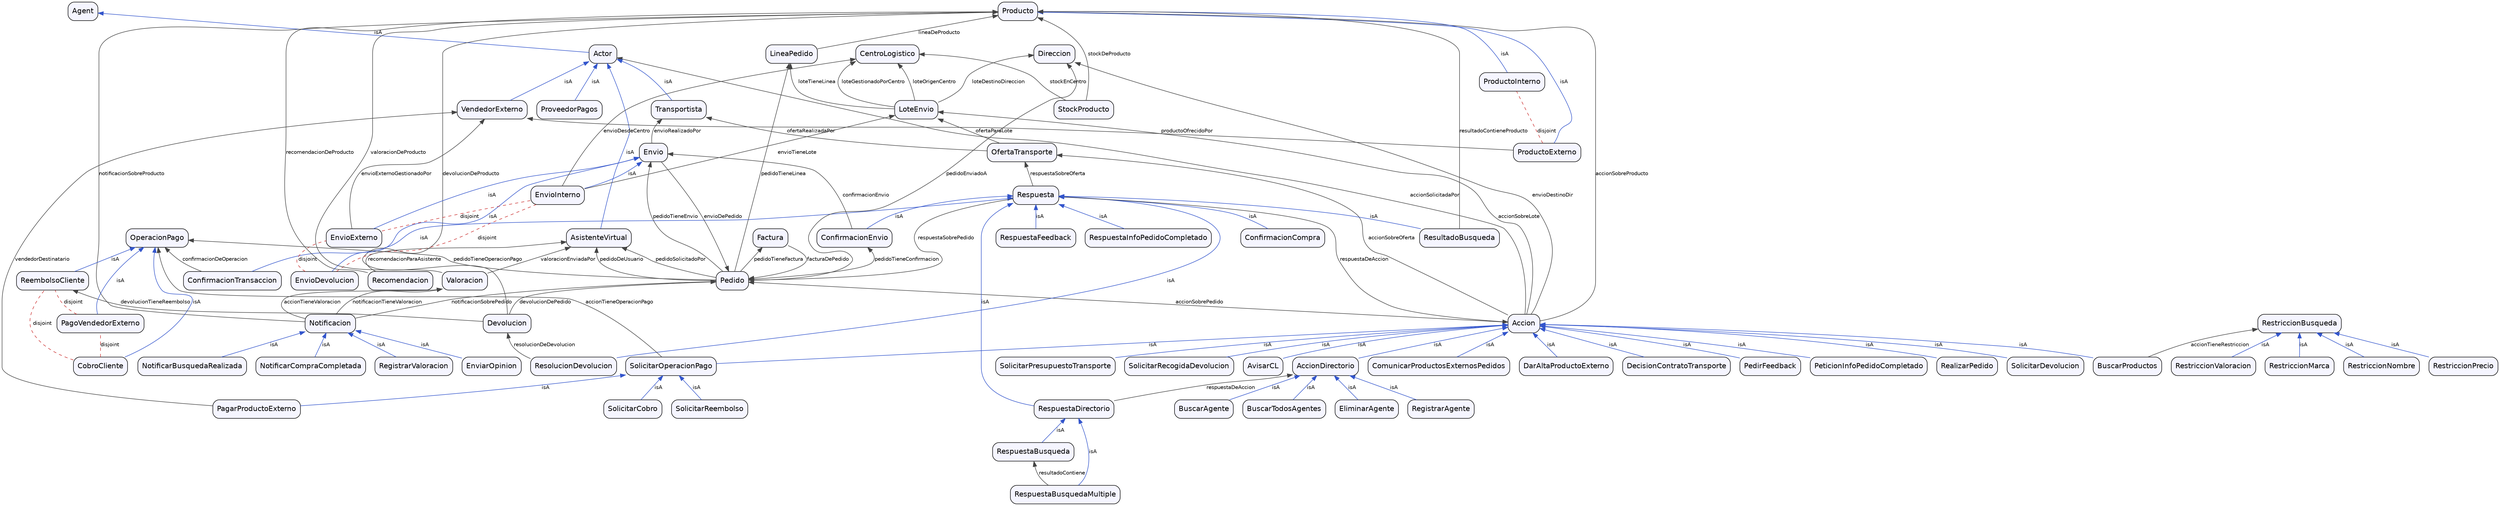
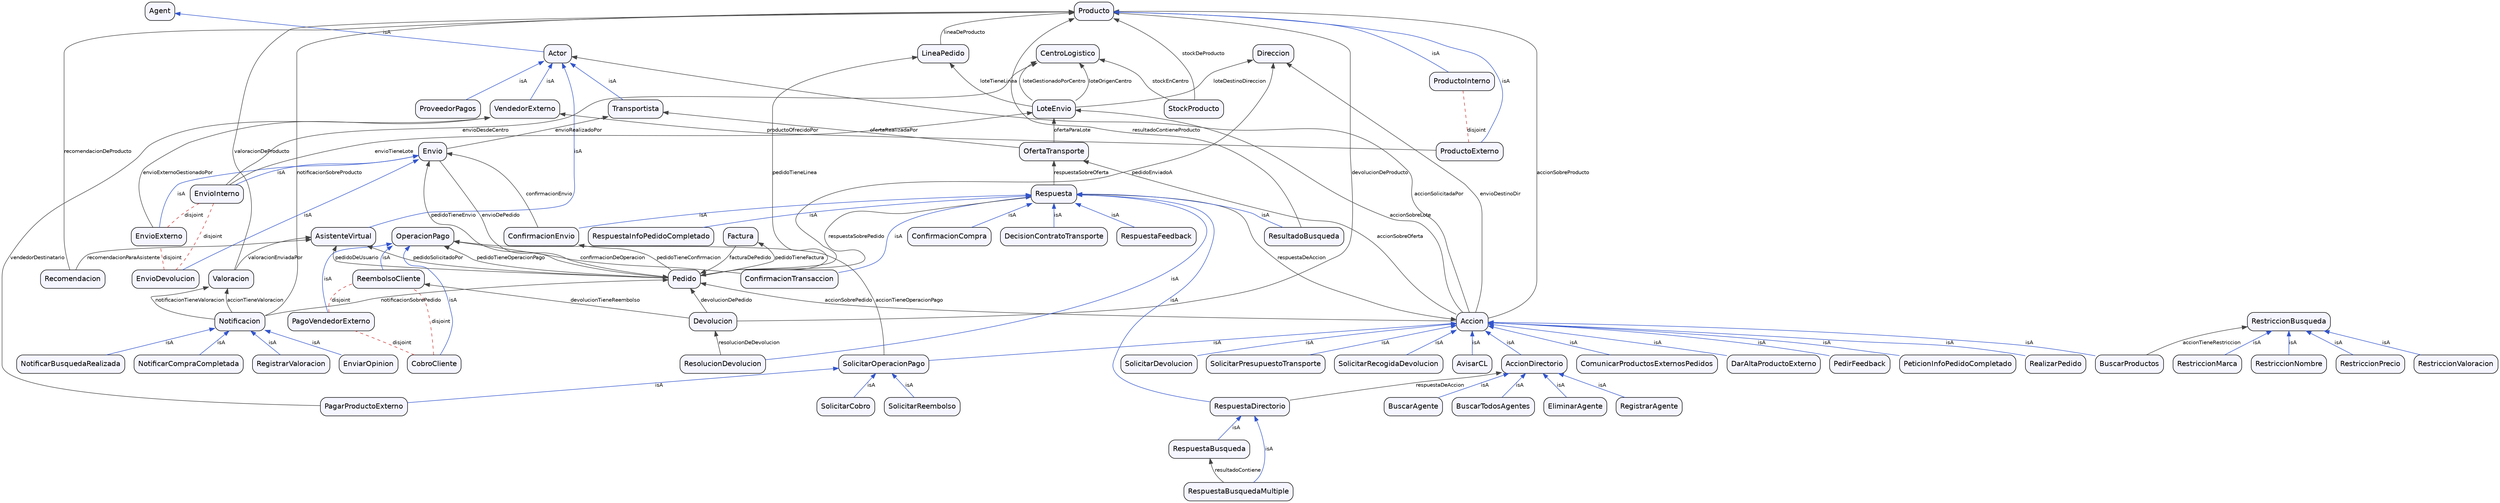
digraph ECSDI {
    rankdir=BT;
    node [shape=box, style="rounded,filled", fillcolor="#f5f5ff", fontname="Helvetica"];
    edge [fontsize=10, fontname="Helvetica"];
    "Accion";
    "AccionDirectorio";
    "Actor";
    "Agent";
    "AsistenteVirtual";
    "AvisarCL";
    "BuscarAgente";
    "BuscarProductos";
    "BuscarTodosAgentes";
    "CentroLogistico";
    "CobroCliente";
    "ComunicarProductosExternosPedidos";
    "ConfirmacionCompra";
    "ConfirmacionEnvio";
    "ConfirmacionTransaccion";
    "DarAltaProductoExterno";
    "DecisionContratoTransporte";
    "Devolucion";
    "Direccion";
    "EliminarAgente";
    "EnviarOpinion";
    "Envio";
    "EnvioDevolucion";
    "EnvioExterno";
    "EnvioInterno";
    "Factura";
    "LineaPedido";
    "LoteEnvio";
    "Notificacion";
    "NotificarBusquedaRealizada";
    "NotificarCompraCompletada";
    "OfertaTransporte";
    "OperacionPago";
    "PagarProductoExterno";
    "PagoVendedorExterno";
    "Pedido";
    "PedirFeedback";
    "PeticionInfoPedidoCompletado";
    "Producto";
    "ProductoExterno";
    "ProductoInterno";
    "ProveedorPagos";
    "RealizarPedido";
    "Recomendacion";
    "ReembolsoCliente";
    "RegistrarAgente";
    "RegistrarValoracion";
    "ResolucionDevolucion";
    "Respuesta";
    "RespuestaBusqueda";
    "RespuestaBusquedaMultiple";
    "RespuestaDirectorio";
    "RespuestaFeedback";
    "RespuestaInfoPedidoCompletado";
    "RestriccionBusqueda";
    "RestriccionMarca";
    "RestriccionNombre";
    "RestriccionPrecio";
    "RestriccionValoracion";
    "ResultadoBusqueda";
    "SolicitarCobro";
    "SolicitarDevolucion";
    "SolicitarOperacionPago";
    "SolicitarPresupuestoTransporte";
    "SolicitarRecogidaDevolucion";
    "SolicitarReembolso";
    "StockProducto";
    "Transportista";
    "Valoracion";
    "VendedorExterno";
+     "EnviarOpinion" -> "Notificacion" [label="isA", color="#3355cc"];
+     "ResolucionDevolucion" -> "Respuesta" [label="isA", color="#3355cc"];
+     "RegistrarAgente" -> "AccionDirectorio" [label="isA", color="#3355cc"];
+     "EnvioInterno" -> "Envio" [label="isA", color="#3355cc"];
+     "PedirFeedback" -> "Accion" [label="isA", color="#3355cc"];
+     "SolicitarOperacionPago" -> "Accion" [label="isA", color="#3355cc"];
+     "RestriccionValoracion" -> "RestriccionBusqueda" [label="isA", color="#3355cc"];
+     "Actor" -> "Agent" [label="isA", color="#3355cc"];
+     "ComunicarProductosExternosPedidos" -> "Accion" [label="isA", color="#3355cc"];
+     "SolicitarCobro" -> "SolicitarOperacionPago" [label="isA", color="#3355cc"];
+     "AvisarCL" -> "Accion" [label="isA", color="#3355cc"];
+     "EnvioExterno" -> "Envio" [label="isA", color="#3355cc"];
+     "ResultadoBusqueda" -> "Respuesta" [label="isA", color="#3355cc"];
+     "ConfirmacionEnvio" -> "Respuesta" [label="isA", color="#3355cc"];
+     "RespuestaFeedback" -> "Respuesta" [label="isA", color="#3355cc"];
+     "VendedorExterno" -> "Actor" [label="isA", color="#3355cc"];
+     "BuscarProductos" -> "Accion" [label="isA", color="#3355cc"];
+     "ProductoExterno" -> "Producto" [label="isA", color="#3355cc"];
+     "NotificarCompraCompletada" -> "Notificacion" [label="isA", color="#3355cc"];
+     "SolicitarDevolucion" -> "Accion" [label="isA", color="#3355cc"];
+     "BuscarAgente" -> "AccionDirectorio" [label="isA", color="#3355cc"];
+     "EnvioDevolucion" -> "Envio" [label="isA", color="#3355cc"];
    "SolicitarReembolso" -> "SolicitarOperacionPago" [label="isA", color="#3355cc"];
-     "EnvioDevolucion" -> "Envio" [label="isA", color="#3355cc"];
+     "EliminarAgente" -> "AccionDirectorio" [label="isA", color="#3355cc"];
+     "DarAltaProductoExterno" -> "Accion" [label="isA", color="#3355cc"];
+     "PagarProductoExterno" -> "SolicitarOperacionPago" [label="isA", color="#3355cc"];
+     "AsistenteVirtual" -> "Actor" [label="isA", color="#3355cc"];
+     "PagoVendedorExterno" -> "OperacionPago" [label="isA", color="#3355cc"];
+     "ProductoInterno" -> "Producto" [label="isA", color="#3355cc"];
+     "RespuestaBusquedaMultiple" -> "RespuestaDirectorio" [label="isA", color="#3355cc"];
    "RespuestaInfoPedidoCompletado" -> "Respuesta" [label="isA", color="#3355cc"];
-     "SolicitarOperacionPago" -> "Accion" [label="isA", color="#3355cc"];
-     "EnviarOpinion" -> "Notificacion" [label="isA", color="#3355cc"];
-     "Actor" -> "Agent" [label="isA", color="#3355cc"];
-     "PagarProductoExterno" -> "SolicitarOperacionPago" [label="isA", color="#3355cc"];
-     "EnvioExterno" -> "Envio" [label="isA", color="#3355cc"];
-     "DecisionContratoTransporte" -> "Accion" [label="isA", color="#3355cc"];
-     "VendedorExterno" -> "Actor" [label="isA", color="#3355cc"];
-     "EliminarAgente" -> "AccionDirectorio" [label="isA", color="#3355cc"];
-     "CobroCliente" -> "OperacionPago" [label="isA", color="#3355cc"];
-     "ProductoExterno" -> "Producto" [label="isA", color="#3355cc"];
-     "ResolucionDevolucion" -> "Respuesta" [label="isA", color="#3355cc"];
-     "RestriccionMarca" -> "RestriccionBusqueda" [label="isA", color="#3355cc"];
-     "SolicitarRecogidaDevolucion" -> "Accion" [label="isA", color="#3355cc"];
-     "PedirFeedback" -> "Accion" [label="isA", color="#3355cc"];
-     "RespuestaBusqueda" -> "RespuestaDirectorio" [label="isA", color="#3355cc"];
-     "SolicitarCobro" -> "SolicitarOperacionPago" [label="isA", color="#3355cc"];
+     "Transportista" -> "Actor" [label="isA", color="#3355cc"];
+     "RespuestaDirectorio" -> "Respuesta" [label="isA", color="#3355cc"];
+     "ReembolsoCliente" -> "OperacionPago" [label="isA", color="#3355cc"];
+     "ConfirmacionTransaccion" -> "Respuesta" [label="isA", color="#3355cc"];
+     "NotificarBusquedaRealizada" -> "Notificacion" [label="isA", color="#3355cc"];
    "SolicitarPresupuestoTransporte" -> "Accion" [label="isA", color="#3355cc"];
    "RestriccionNombre" -> "RestriccionBusqueda" [label="isA", color="#3355cc"];
-     "SolicitarDevolucion" -> "Accion" [label="isA", color="#3355cc"];
+     "BuscarTodosAgentes" -> "AccionDirectorio" [label="isA", color="#3355cc"];
+     "ProveedorPagos" -> "Actor" [label="isA", color="#3355cc"];
+     "CobroCliente" -> "OperacionPago" [label="isA", color="#3355cc"];
+     "RealizarPedido" -> "Accion" [label="isA", color="#3355cc"];
+     "RestriccionPrecio" -> "RestriccionBusqueda" [label="isA", color="#3355cc"];
+     "PeticionInfoPedidoCompletado" -> "Accion" [label="isA", color="#3355cc"];
+     "RespuestaBusqueda" -> "RespuestaDirectorio" [label="isA", color="#3355cc"];
    "AccionDirectorio" -> "Accion" [label="isA", color="#3355cc"];
-     "BuscarTodosAgentes" -> "AccionDirectorio" [label="isA", color="#3355cc"];
-     "ReembolsoCliente" -> "OperacionPago" [label="isA", color="#3355cc"];
-     "RestriccionPrecio" -> "RestriccionBusqueda" [label="isA", color="#3355cc"];
-     "ResultadoBusqueda" -> "Respuesta" [label="isA", color="#3355cc"];
-     "RespuestaDirectorio" -> "Respuesta" [label="isA", color="#3355cc"];
-     "ComunicarProductosExternosPedidos" -> "Accion" [label="isA", color="#3355cc"];
-     "RealizarPedido" -> "Accion" [label="isA", color="#3355cc"];
-     "NotificarBusquedaRealizada" -> "Notificacion" [label="isA", color="#3355cc"];
-     "ProductoInterno" -> "Producto" [label="isA", color="#3355cc"];
-     "AsistenteVirtual" -> "Actor" [label="isA", color="#3355cc"];
-     "RespuestaBusquedaMultiple" -> "RespuestaDirectorio" [label="isA", color="#3355cc"];
-     "BuscarAgente" -> "AccionDirectorio" [label="isA", color="#3355cc"];
-     "EnvioInterno" -> "Envio" [label="isA", color="#3355cc"];
-     "RestriccionValoracion" -> "RestriccionBusqueda" [label="isA", color="#3355cc"];
-     "PagoVendedorExterno" -> "OperacionPago" [label="isA", color="#3355cc"];
-     "ProveedorPagos" -> "Actor" [label="isA", color="#3355cc"];
-     "ConfirmacionTransaccion" -> "Respuesta" [label="isA", color="#3355cc"];
-     "DarAltaProductoExterno" -> "Accion" [label="isA", color="#3355cc"];
-     "ConfirmacionEnvio" -> "Respuesta" [label="isA", color="#3355cc"];
-     "RegistrarAgente" -> "AccionDirectorio" [label="isA", color="#3355cc"];
-     "PeticionInfoPedidoCompletado" -> "Accion" [label="isA", color="#3355cc"];
+     "RestriccionMarca" -> "RestriccionBusqueda" [label="isA", color="#3355cc"];
    "RegistrarValoracion" -> "Notificacion" [label="isA", color="#3355cc"];
-     "Transportista" -> "Actor" [label="isA", color="#3355cc"];
-     "NotificarCompraCompletada" -> "Notificacion" [label="isA", color="#3355cc"];
-     "BuscarProductos" -> "Accion" [label="isA", color="#3355cc"];
-     "RespuestaFeedback" -> "Respuesta" [label="isA", color="#3355cc"];
-     "AvisarCL" -> "Accion" [label="isA", color="#3355cc"];
+     "SolicitarRecogidaDevolucion" -> "Accion" [label="isA", color="#3355cc"];
+     "DecisionContratoTransporte" -> "Respuesta" [label="isA", color="#3355cc"];
    "ConfirmacionCompra" -> "Respuesta" [label="isA", color="#3355cc"];
    "CobroCliente" -> "ReembolsoCliente" [label="disjoint", style=dashed, color="#cc3333", arrowhead=none];
    "PagoVendedorExterno" -> "ReembolsoCliente" [label="disjoint", style=dashed, color="#cc3333", arrowhead=none];
    "CobroCliente" -> "PagoVendedorExterno" [label="disjoint", style=dashed, color="#cc3333", arrowhead=none];
    "EnvioDevolucion" -> "EnvioExterno" [label="disjoint", style=dashed, color="#cc3333", arrowhead=none];
    "EnvioDevolucion" -> "EnvioInterno" [label="disjoint", style=dashed, color="#cc3333", arrowhead=none];
    "EnvioExterno" -> "EnvioInterno" [label="disjoint", style=dashed, color="#cc3333", arrowhead=none];
    "ProductoExterno" -> "ProductoInterno" [label="disjoint", style=dashed, color="#cc3333", arrowhead=none];
    "Accion" -> "LoteEnvio" [label="accionSobreLote", color="#444444"];
    "Accion" -> "OfertaTransporte" [label="accionSobreOferta", color="#444444"];
    "Accion" -> "Pedido" [label="accionSobrePedido", color="#444444"];
    "Accion" -> "Producto" [label="accionSobreProducto", color="#444444"];
    "Accion" -> "Actor" [label="accionSolicitadaPor", color="#444444"];
    "SolicitarOperacionPago" -> "OperacionPago" [label="accionTieneOperacionPago", color="#444444"];
    "BuscarProductos" -> "RestriccionBusqueda" [label="accionTieneRestriccion", color="#444444"];
    "Notificacion" -> "Valoracion" [label="accionTieneValoracion", color="#444444"];
    "ConfirmacionTransaccion" -> "OperacionPago" [label="confirmacionDeOperacion", color="#444444"];
    "ConfirmacionEnvio" -> "Envio" [label="confirmacionEnvio", color="#444444"];
    "Devolucion" -> "Pedido" [label="devolucionDePedido", color="#444444"];
    "Devolucion" -> "Producto" [label="devolucionDeProducto", color="#444444"];
    "Devolucion" -> "ReembolsoCliente" [label="devolucionTieneReembolso", color="#444444"];
    "Envio" -> "Pedido" [label="envioDePedido", color="#444444"];
    "EnvioInterno" -> "CentroLogistico" [label="envioDesdeCentro", color="#444444"];
    "Accion" -> "Direccion" [label="envioDestinoDir", color="#444444"];
    "EnvioExterno" -> "VendedorExterno" [label="envioExternoGestionadoPor", color="#444444"];
    "Envio" -> "Transportista" [label="envioRealizadoPor", color="#444444"];
    "EnvioInterno" -> "LoteEnvio" [label="envioTieneLote", color="#444444"];
    "Factura" -> "Pedido" [label="facturaDePedido", color="#444444"];
    "LineaPedido" -> "Producto" [label="lineaDeProducto", color="#444444"];
    "LoteEnvio" -> "Direccion" [label="loteDestinoDireccion", color="#444444"];
    "LoteEnvio" -> "CentroLogistico" [label="loteGestionadoPorCentro", color="#444444"];
    "LoteEnvio" -> "CentroLogistico" [label="loteOrigenCentro", color="#444444"];
    "LoteEnvio" -> "LineaPedido" [label="loteTieneLinea", color="#444444"];
    "Notificacion" -> "Pedido" [label="notificacionSobrePedido", color="#444444"];
    "Notificacion" -> "Producto" [label="notificacionSobreProducto", color="#444444"];
    "Notificacion" -> "Valoracion" [label="notificacionTieneValoracion", color="#444444"];
    "OfertaTransporte" -> "LoteEnvio" [label="ofertaParaLote", color="#444444"];
    "OfertaTransporte" -> "Transportista" [label="ofertaRealizadaPor", color="#444444"];
    "Pedido" -> "AsistenteVirtual" [label="pedidoDeUsuario", color="#444444"];
    "Pedido" -> "Direccion" [label="pedidoEnviadoA", color="#444444"];
    "Pedido" -> "AsistenteVirtual" [label="pedidoSolicitadoPor", color="#444444"];
    "Pedido" -> "ConfirmacionEnvio" [label="pedidoTieneConfirmacion", color="#444444"];
    "Pedido" -> "Envio" [label="pedidoTieneEnvio", color="#444444"];
    "Pedido" -> "Factura" [label="pedidoTieneFactura", color="#444444"];
    "Pedido" -> "LineaPedido" [label="pedidoTieneLinea", color="#444444"];
    "Pedido" -> "OperacionPago" [label="pedidoTieneOperacionPago", color="#444444"];
    "ProductoExterno" -> "VendedorExterno" [label="productoOfrecidoPor", color="#444444"];
    "Recomendacion" -> "Producto" [label="recomendacionDeProducto", color="#444444"];
    "Recomendacion" -> "AsistenteVirtual" [label="recomendacionParaAsistente", color="#444444"];
    "ResolucionDevolucion" -> "Devolucion" [label="resolucionDeDevolucion", color="#444444"];
    "Respuesta" -> "Accion" [label="respuestaDeAccion", color="#444444"];
    "Respuesta" -> "OfertaTransporte" [label="respuestaSobreOferta", color="#444444"];
    "Respuesta" -> "Pedido" [label="respuestaSobrePedido", color="#444444"];
    "ResultadoBusqueda" -> "Producto" [label="resultadoContieneProducto", color="#444444"];
    "StockProducto" -> "Producto" [label="stockDeProducto", color="#444444"];
    "StockProducto" -> "CentroLogistico" [label="stockEnCentro", color="#444444"];
    "Valoracion" -> "Producto" [label="valoracionDeProducto", color="#444444"];
    "Valoracion" -> "AsistenteVirtual" [label="valoracionEnviadaPor", color="#444444"];
    "PagarProductoExterno" -> "VendedorExterno" [label="vendedorDestinatario", color="#444444"];
    "RespuestaDirectorio" -> "AccionDirectorio" [label="respuestaDeAccion", color="#444444"];
    "RespuestaBusquedaMultiple" -> "RespuestaBusqueda" [label="resultadoContiene", color="#444444"];
}